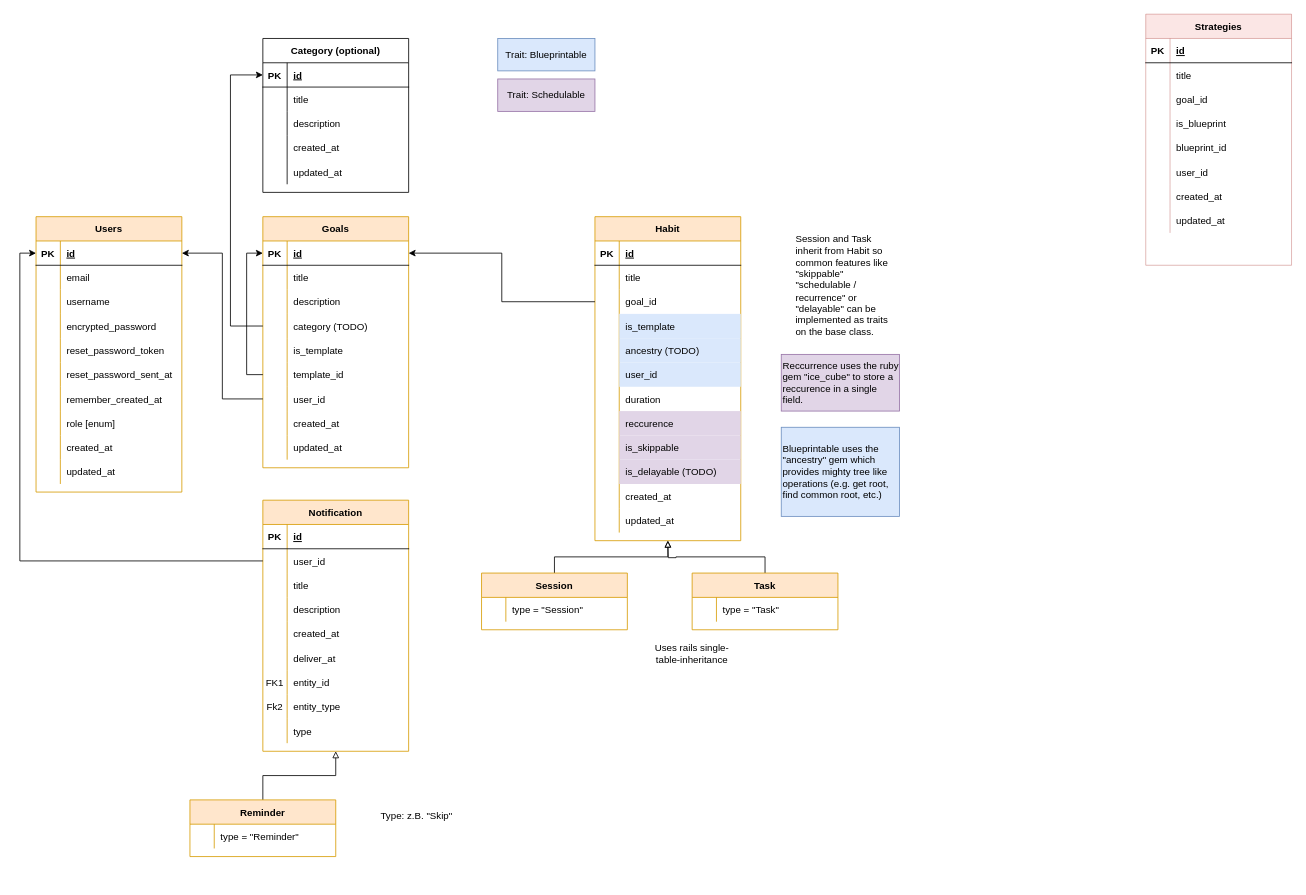
AlexanderLill/yahtapp-web keeps this draw.io diagram as reqs/DB Model.drawio. Above is the earlier version. Source tidied: cells renumbered, new cells numbered last; positions are measured from the earlier drawing's top-left corner, leaving out a move shared by most shapes. Both pictures are drawn from the tidied source at 81%, with x=0, y=0 at pixel (36, 14).
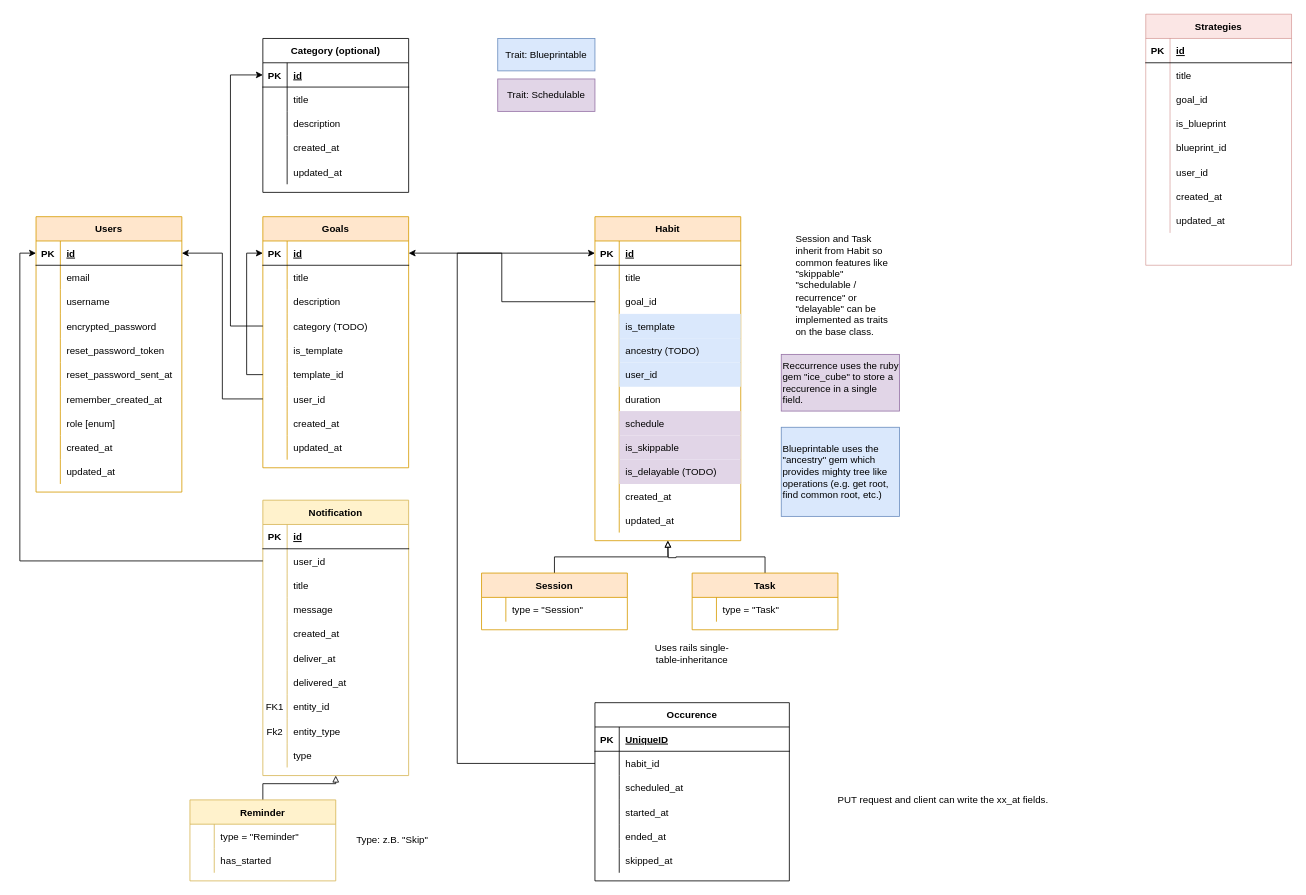
After the change.

Commit message (it also covers changes not shown here):
Finish basic recurrence / schedule implementation

Unchanged cells that the change refers to:
```xml
<mxCell id="88" style="shape=partialRectangle;fillColor=none;top=0;left=0;bottom=1;right=0;points=[[0,0.5],[1,0.5]];portConstraint=eastwest;" parent="87" vertex="1">
  <mxGeometry y="30" width="180" height="30" as="geometry" />
</mxCell>
<mxCell id="109" style="shape=partialRectangle;fillColor=none;top=0;left=0;bottom=0;right=0;" parent="87" vertex="1">
  <mxGeometry y="240" width="180" height="30" as="geometry" />
</mxCell>
<mxCell id="153" style="shape=partialRectangle;fillColor=none;top=0;left=0;bottom=0;right=0;" parent="143" vertex="1">
  <mxGeometry y="120" width="180" height="30" as="geometry" />
</mxCell>
```

Diff of the diagram source:
```diff
@@
-    <mxCell id="111" value="reccurence" style="shape=partialRectangle;fillColor=#e1d5e7;top=0;left=0;bottom=0;right=0;align=left;spacingLeft=6;overflow=hidden;strokeColor=#9673a6;" parent="109" vertex="1">
+    <mxCell id="111" value="schedule" style="shape=partialRectangle;fillColor=#e1d5e7;top=0;left=0;bottom=0;right=0;align=left;spacingLeft=6;overflow=hidden;strokeColor=#9673a6;" parent="109" vertex="1">
       <mxGeometry x="30" width="150" height="30" as="geometry" />
     </mxCell>
@@
-    <mxCell id="143" value="Notification" style="shape=table;startSize=30;childLayout=tableLayout;rowLines=0;fontStyle=1;align=center;fillColor=#ffe6cc;strokeColor=#d79b00;" parent="1" vertex="1">
-      <mxGeometry x="280" y="600" width="180" height="310" as="geometry" />
+    <mxCell id="143" value="Notification" style="shape=table;startSize=30;childLayout=tableLayout;rowLines=0;fontStyle=1;align=center;fillColor=#fff2cc;strokeColor=#d6b656;" parent="1" vertex="1">
+      <mxGeometry x="280" y="600" width="180" height="340" as="geometry" />
     </mxCell>
@@
-    <mxCell id="155" value="description" style="shape=partialRectangle;fillColor=none;top=0;left=0;bottom=0;right=0;align=left;spacingLeft=6;overflow=hidden;" parent="153" vertex="1">
+    <mxCell id="155" value="message" style="shape=partialRectangle;fillColor=none;top=0;left=0;bottom=0;right=0;align=left;spacingLeft=6;overflow=hidden;" parent="153" vertex="1">
       <mxGeometry x="30" width="150" height="30" as="geometry" />
     </mxCell>
@@
+    <mxCell id="194" style="shape=partialRectangle;fillColor=none;top=0;left=0;bottom=0;right=0;" parent="143" vertex="1">
+      <mxGeometry y="210" width="180" height="30" as="geometry" />
+    </mxCell>
+    <mxCell id="195" style="shape=partialRectangle;fillColor=none;top=0;left=0;bottom=0;right=0;overflow=hidden;" parent="194" vertex="1">
+      <mxGeometry width="30" height="30" as="geometry" />
+    </mxCell>
+    <mxCell id="196" value="delivered_at" style="shape=partialRectangle;fillColor=none;top=0;left=0;bottom=0;right=0;align=left;spacingLeft=6;overflow=hidden;" parent="194" vertex="1">
+      <mxGeometry x="30" width="150" height="30" as="geometry" />
+    </mxCell>
     <mxCell id="162" style="shape=partialRectangle;fillColor=none;top=0;left=0;bottom=0;right=0;" parent="143" vertex="1">
-      <mxGeometry y="210" width="180" height="30" as="geometry" />
+      <mxGeometry y="240" width="180" height="30" as="geometry" />
     </mxCell>
@@
     <mxCell id="165" style="shape=partialRectangle;fillColor=none;top=0;left=0;bottom=0;right=0;" parent="143" vertex="1">
-      <mxGeometry y="240" width="180" height="30" as="geometry" />
+      <mxGeometry y="270" width="180" height="30" as="geometry" />
     </mxCell>
@@
     <mxCell id="168" style="shape=partialRectangle;fillColor=none;top=0;left=0;bottom=0;right=0;" parent="143" vertex="1">
-      <mxGeometry y="270" width="180" height="30" as="geometry" />
+      <mxGeometry y="300" width="180" height="30" as="geometry" />
     </mxCell>
@@
     <mxCell id="179" value="Type: z.B. &quot;Skip&quot;" style="text;html=1;strokeColor=none;fillColor=none;align=center;verticalAlign=middle;whiteSpace=wrap;rounded=0;" parent="1" vertex="1">
-      <mxGeometry x="400" y="980" width="140" height="20" as="geometry" />
+      <mxGeometry x="380" y="1010" width="120" height="20" as="geometry" />
     </mxCell>
@@
-    <mxCell id="190" value="Reminder" style="shape=table;startSize=30;childLayout=tableLayout;rowLines=0;fontStyle=1;align=center;fillColor=#ffe6cc;strokeColor=#d79b00;" parent="1" vertex="1">
-      <mxGeometry x="190" y="970" width="180" height="70" as="geometry" />
+    <mxCell id="190" value="Reminder" style="shape=table;startSize=30;childLayout=tableLayout;rowLines=0;fontStyle=1;align=center;fillColor=#fff2cc;strokeColor=#d6b656;" parent="1" vertex="1">
+      <mxGeometry x="190" y="970" width="180" height="100" as="geometry" />
     </mxCell>
@@
+    <mxCell id="197" style="shape=partialRectangle;fillColor=none;top=0;left=0;bottom=0;right=0;" parent="190" vertex="1">
+      <mxGeometry y="60" width="180" height="30" as="geometry" />
+    </mxCell>
+    <mxCell id="198" style="shape=partialRectangle;fillColor=none;top=0;left=0;bottom=0;right=0;overflow=hidden;" parent="197" vertex="1">
+      <mxGeometry width="30" height="30" as="geometry" />
+    </mxCell>
+    <mxCell id="199" value="has_started" style="shape=partialRectangle;fillColor=none;top=0;left=0;bottom=0;right=0;align=left;spacingLeft=6;overflow=hidden;" parent="197" vertex="1">
+      <mxGeometry x="30" width="150" height="30" as="geometry" />
+    </mxCell>
+    <mxCell id="200" value="Occurence" style="shape=table;startSize=30;childLayout=tableLayout;rowLines=0;fontStyle=1;align=center;" parent="1" vertex="1">
+      <mxGeometry x="690" y="850" width="240" height="220" as="geometry" />
+    </mxCell>
+    <mxCell id="201" style="shape=partialRectangle;fillColor=none;top=0;left=0;bottom=1;right=0;" parent="200" vertex="1">
+      <mxGeometry y="30" width="240" height="30" as="geometry" />
+    </mxCell>
+    <mxCell id="202" value="PK" style="shape=partialRectangle;fillColor=none;top=0;left=0;bottom=0;right=0;fontStyle=1;overflow=hidden;" parent="201" vertex="1">
+      <mxGeometry width="30" height="30" as="geometry" />
+    </mxCell>
+    <mxCell id="203" value="UniqueID" style="shape=partialRectangle;fillColor=none;top=0;left=0;bottom=0;right=0;align=left;spacingLeft=6;fontStyle=5;overflow=hidden;" parent="201" vertex="1">
+      <mxGeometry x="30" width="210" height="30" as="geometry" />
+    </mxCell>
+    <mxCell id="204" style="shape=partialRectangle;fillColor=none;top=0;left=0;bottom=0;right=0;points=[[0,0.5],[1,0.5]];portConstraint=eastwest;" parent="200" vertex="1">
+      <mxGeometry y="60" width="240" height="30" as="geometry" />
+    </mxCell>
+    <mxCell id="205" style="shape=partialRectangle;fillColor=none;top=0;left=0;bottom=0;right=0;overflow=hidden;" parent="204" vertex="1">
+      <mxGeometry width="30" height="30" as="geometry" />
+    </mxCell>
+    <mxCell id="206" value="habit_id" style="shape=partialRectangle;fillColor=none;top=0;left=0;bottom=0;right=0;align=left;spacingLeft=6;overflow=hidden;" parent="204" vertex="1">
+      <mxGeometry x="30" width="210" height="30" as="geometry" />
+    </mxCell>
+    <mxCell id="207" style="shape=partialRectangle;fillColor=none;top=0;left=0;bottom=0;right=0;" parent="200" vertex="1">
+      <mxGeometry y="90" width="240" height="30" as="geometry" />
+    </mxCell>
+    <mxCell id="208" style="shape=partialRectangle;fillColor=none;top=0;left=0;bottom=0;right=0;overflow=hidden;" parent="207" vertex="1">
+      <mxGeometry width="30" height="30" as="geometry" />
+    </mxCell>
+    <mxCell id="209" value="scheduled_at" style="shape=partialRectangle;fillColor=none;top=0;left=0;bottom=0;right=0;align=left;spacingLeft=6;overflow=hidden;" parent="207" vertex="1">
+      <mxGeometry x="30" width="210" height="30" as="geometry" />
+    </mxCell>
+    <mxCell id="210" style="shape=partialRectangle;fillColor=none;top=0;left=0;bottom=0;right=0;" parent="200" vertex="1">
+      <mxGeometry y="120" width="240" height="30" as="geometry" />
+    </mxCell>
+    <mxCell id="211" style="shape=partialRectangle;fillColor=none;top=0;left=0;bottom=0;right=0;overflow=hidden;" parent="210" vertex="1">
+      <mxGeometry width="30" height="30" as="geometry" />
+    </mxCell>
+    <mxCell id="212" value="started_at" style="shape=partialRectangle;fillColor=none;top=0;left=0;bottom=0;right=0;align=left;spacingLeft=6;overflow=hidden;" parent="210" vertex="1">
+      <mxGeometry x="30" width="210" height="30" as="geometry" />
+    </mxCell>
+    <mxCell id="213" style="shape=partialRectangle;fillColor=none;top=0;left=0;bottom=0;right=0;" parent="200" vertex="1">
+      <mxGeometry y="150" width="240" height="30" as="geometry" />
+    </mxCell>
+    <mxCell id="214" style="shape=partialRectangle;fillColor=none;top=0;left=0;bottom=0;right=0;overflow=hidden;" parent="213" vertex="1">
+      <mxGeometry width="30" height="30" as="geometry" />
+    </mxCell>
+    <mxCell id="215" value="ended_at" style="shape=partialRectangle;fillColor=none;top=0;left=0;bottom=0;right=0;align=left;spacingLeft=6;overflow=hidden;" parent="213" vertex="1">
+      <mxGeometry x="30" width="210" height="30" as="geometry" />
+    </mxCell>
+    <mxCell id="216" style="shape=partialRectangle;fillColor=none;top=0;left=0;bottom=0;right=0;" parent="200" vertex="1">
+      <mxGeometry y="180" width="240" height="30" as="geometry" />
+    </mxCell>
+    <mxCell id="217" style="shape=partialRectangle;fillColor=none;top=0;left=0;bottom=0;right=0;overflow=hidden;" parent="216" vertex="1">
+      <mxGeometry width="30" height="30" as="geometry" />
+    </mxCell>
+    <mxCell id="218" value="skipped_at" style="shape=partialRectangle;fillColor=none;top=0;left=0;bottom=0;right=0;align=left;spacingLeft=6;overflow=hidden;" parent="216" vertex="1">
+      <mxGeometry x="30" width="210" height="30" as="geometry" />
+    </mxCell>
+    <mxCell id="219" style="edgeStyle=orthogonalEdgeStyle;rounded=0;jettySize=auto;html=1;exitX=0;exitY=0.5;exitDx=0;exitDy=0;entryX=0;entryY=0.5;entryDx=0;entryDy=0;" parent="1" edge="1" source="204" target="88">
+      <mxGeometry relative="1" as="geometry">
+        <Array as="points">
+          <mxPoint x="520" y="925" />
+          <mxPoint x="520" y="295" />
+        </Array>
+      </mxGeometry>
+    </mxCell>
+    <mxCell id="220" value="PUT request and client can write the xx_at fields." style="text;html=1;strokeColor=none;fillColor=none;align=center;verticalAlign=middle;whiteSpace=wrap;rounded=0;" parent="1" vertex="1">
+      <mxGeometry x="960" y="960" width="320" height="20" as="geometry" />
+    </mxCell>
```
